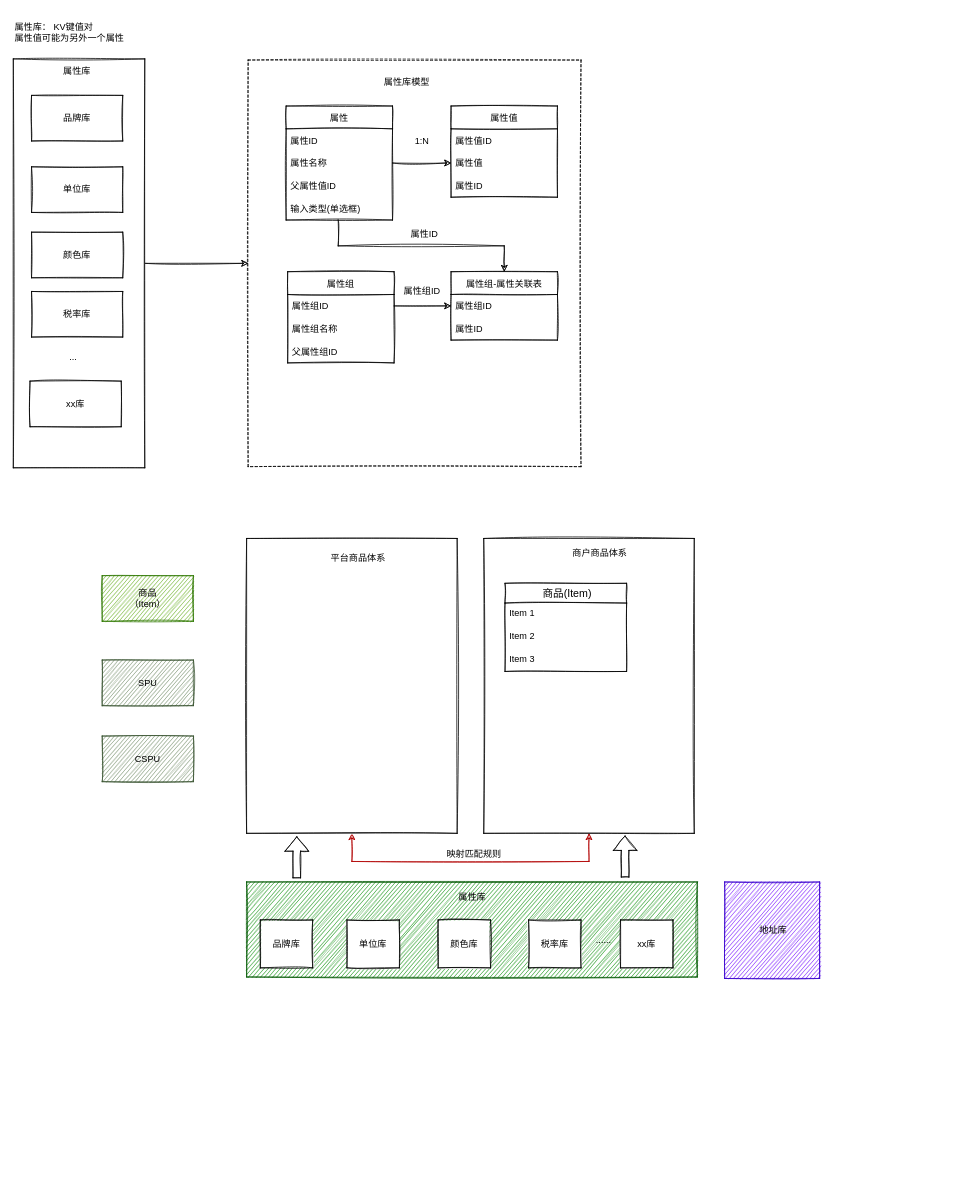
lokiworks/codebase keeps this draw.io diagram as page "商品系统" (6 of 7) of docs/租赁平台.drawio. Above is the earlier version. Source tidied: cells renumbered, new cells numbered last; positions are measured from the earlier drawing's top-left corner, leaving out a move shared by most shapes. Both pictures are drawn from the tidied source at 76%, with x=0, y=0 at pixel (13, 13).
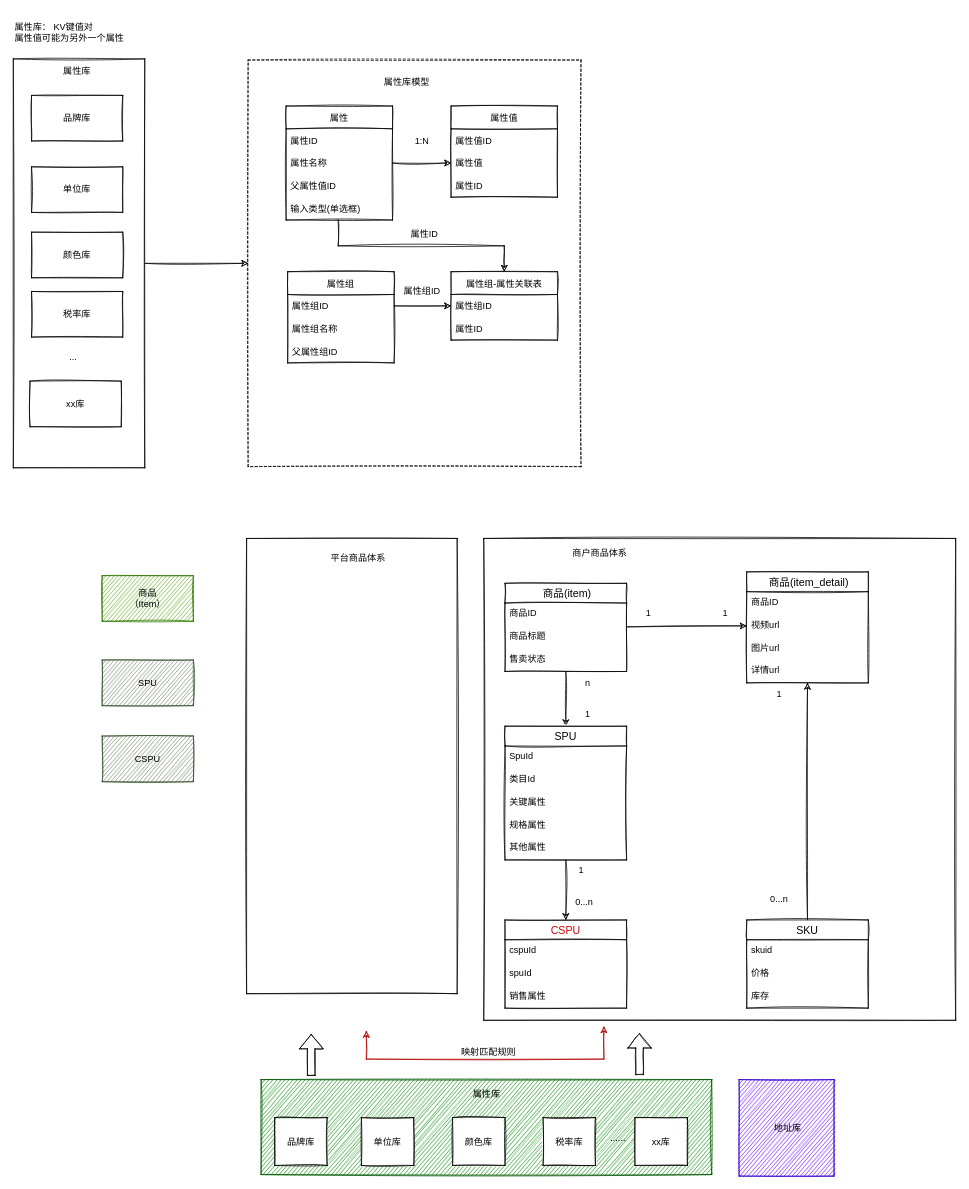
Above is the later version.

Diff of the diagram source:
```diff
@@
-    <mxCell id="40" style="edgeStyle=orthogonalEdgeStyle;rounded=0;jettySize=auto;html=1;exitX=0.5;exitY=1;exitDx=0;exitDy=0;entryX=0.5;entryY=1;entryDx=0;entryDy=0;fontColor=#000000;startArrow=classic;startFill=1;sketch=1;fillColor=#e51400;strokeColor=#B20000;" parent="1" edge="1" source="41" target="43">
+    <mxCell id="40" style="edgeStyle=orthogonalEdgeStyle;rounded=0;orthogonalLoop=1;jettySize=auto;html=1;exitX=0.5;exitY=1;exitDx=0;exitDy=0;fontColor=#000000;startArrow=classic;startFill=1;sketch=1;fillColor=#e51400;strokeColor=#B20000;entryX=0.314;entryY=1;entryDx=0;entryDy=0;entryPerimeter=0;" parent="1" edge="1">
       <mxGeometry relative="1" as="geometry">
+        <mxPoint x="464.5" y="1339" as="sourcePoint" />
+        <mxPoint x="777.1" y="1333" as="targetPoint" />
         <Array as="points">
-          <mxPoint x="446" y="1116" />
-          <mxPoint x="758" y="1116" />
+          <mxPoint x="464" y="1376" />
+          <mxPoint x="777" y="1376" />
         </Array>
       </mxGeometry>
     </mxCell>
     <mxCell id="41" style="rounded=0;whiteSpace=wrap;html=1;sketch=1;fontColor=#000000;" parent="1" vertex="1">
-      <mxGeometry x="307" y="691" width="277" height="388" as="geometry" />
+      <mxGeometry x="307" y="691" width="277" height="599" as="geometry" />
     </mxCell>
@@
     <mxCell id="43" style="rounded=0;whiteSpace=wrap;html=1;sketch=1;fontColor=#000000;" parent="1" vertex="1">
-      <mxGeometry x="619" y="691" width="277" height="388" as="geometry" />
+      <mxGeometry x="619" y="691" width="621" height="634" as="geometry" />
     </mxCell>
@@
     <mxCell id="45" value="映射匹配规则" style="text;html=1;strokeColor=none;fillColor=none;align=center;verticalAlign=middle;whiteSpace=wrap;rounded=0;sketch=1;fontColor=#000000;" parent="1" vertex="1">
-      <mxGeometry x="563" y="1092" width="87" height="30" as="geometry" />
+      <mxGeometry x="582" y="1352" width="87" height="30" as="geometry" />
     </mxCell>
     <mxCell id="46" style="rounded=0;whiteSpace=wrap;html=1;sketch=1;fontColor=#ffffff;fillColor=#008a00;strokeColor=#005700;" parent="1" vertex="1">
-      <mxGeometry x="307" y="1143" width="593" height="125" as="geometry" />
+      <mxGeometry x="326" y="1403" width="593" height="125" as="geometry" />
     </mxCell>
     <mxCell id="47" value="属性库" style="text;html=1;strokeColor=none;fillColor=none;align=center;verticalAlign=middle;whiteSpace=wrap;rounded=0;sketch=1;fontColor=#000000;" parent="1" vertex="1">
-      <mxGeometry x="573.5" y="1148" width="60" height="30" as="geometry" />
+      <mxGeometry x="592.5" y="1408" width="60" height="30" as="geometry" />
     </mxCell>
     <mxCell id="48" value="品牌库" style="rounded=0;whiteSpace=wrap;html=1;sketch=1;fontColor=#000000;" parent="1" vertex="1">
-      <mxGeometry x="325" y="1193" width="69" height="63" as="geometry" />
+      <mxGeometry x="344" y="1453" width="69" height="63" as="geometry" />
     </mxCell>
     <mxCell id="49" value="单位库" style="rounded=0;whiteSpace=wrap;html=1;sketch=1;fontColor=#000000;" parent="1" vertex="1">
-      <mxGeometry x="439" y="1193" width="69" height="63" as="geometry" />
+      <mxGeometry x="458" y="1453" width="69" height="63" as="geometry" />
     </mxCell>
     <mxCell id="50" value="颜色库" style="rounded=0;whiteSpace=wrap;html=1;sketch=1;fontColor=#000000;" parent="1" vertex="1">
-      <mxGeometry x="559" y="1193" width="69" height="63" as="geometry" />
+      <mxGeometry x="578" y="1453" width="69" height="63" as="geometry" />
     </mxCell>
     <mxCell id="51" value="税率库" style="rounded=0;whiteSpace=wrap;html=1;sketch=1;fontColor=#000000;" parent="1" vertex="1">
-      <mxGeometry x="678" y="1193" width="69" height="63" as="geometry" />
+      <mxGeometry x="697" y="1453" width="69" height="63" as="geometry" />
     </mxCell>
     <mxCell id="52" value="xx库" style="rounded=0;whiteSpace=wrap;html=1;sketch=1;fontColor=#000000;" parent="1" vertex="1">
-      <mxGeometry x="799" y="1193" width="69" height="63" as="geometry" />
+      <mxGeometry x="818" y="1453" width="69" height="63" as="geometry" />
     </mxCell>
     <mxCell id="53" style="shape=flexArrow;endArrow=classic;html=1;rounded=0;sketch=1;fontColor=#000000;" parent="1" edge="1">
       <mxGeometry relative="1" as="geometry">
-        <mxPoint x="373" y="1138" as="sourcePoint" />
-        <mxPoint x="373" y="1083" as="targetPoint" />
+        <mxPoint x="392" y="1398" as="sourcePoint" />
+        <mxPoint x="392" y="1343" as="targetPoint" />
       </mxGeometry>
     </mxCell>
     <mxCell id="54" style="shape=flexArrow;endArrow=classic;html=1;rounded=0;sketch=1;fontColor=#000000;" parent="1" edge="1">
       <mxGeometry relative="1" as="geometry">
-        <mxPoint x="805" y="1137" as="sourcePoint" />
-        <mxPoint x="805" y="1082" as="targetPoint" />
+        <mxPoint x="824" y="1397" as="sourcePoint" />
+        <mxPoint x="824" y="1342" as="targetPoint" />
       </mxGeometry>
     </mxCell>
     <mxCell id="55" value="......" style="text;html=1;strokeColor=none;fillColor=none;align=center;verticalAlign=middle;whiteSpace=wrap;rounded=0;sketch=1;fontColor=#000000;" parent="1" vertex="1">
-      <mxGeometry x="747" y="1205" width="60" height="30" as="geometry" />
+      <mxGeometry x="766" y="1465" width="60" height="30" as="geometry" />
     </mxCell>
     <mxCell id="56" value="&amp;nbsp;地址库" style="rounded=0;whiteSpace=wrap;html=1;sketch=1;fontColor=#000000;fillColor=#6a00ff;strokeColor=#3700CC;" parent="1" vertex="1">
-      <mxGeometry x="936" y="1143" width="125" height="127" as="geometry" />
+      <mxGeometry x="955" y="1403" width="125" height="127" as="geometry" />
     </mxCell>
+    <mxCell id="61" style="rounded=0;jettySize=auto;html=1;entryX=0;entryY=0.5;entryDx=0;entryDy=0;sketch=1;" parent="1" edge="1" source="57" target="65">
+      <mxGeometry relative="1" as="geometry" />
+    </mxCell>
+    <mxCell id="62" style="edgeStyle=none;rounded=0;sketch=1;jettySize=auto;html=1;" parent="1" edge="1" source="57" target="70">
+      <mxGeometry relative="1" as="geometry" />
+    </mxCell>
-    <mxCell id="57" value=" 商品(Item)" style="swimlane;fontStyle=0;horizontal=1;startSize=26;align=center;fontSize=14;sketch=1;fontColor=#000000;swimlaneLine=1;" parent="1" vertex="1">
+    <mxCell id="57" value=" 商品(item)" style="swimlane;fontStyle=0;horizontal=1;startSize=26;align=center;fontSize=14;sketch=1;fontColor=#000000;swimlaneLine=1;" parent="1" vertex="1">
       <mxGeometry x="647" y="750" width="160" height="116" as="geometry" />
     </mxCell>
-    <mxCell id="58" value="Item 1" style="text;strokeColor=none;fillColor=none;spacingLeft=4;spacingRight=4;overflow=hidden;fontSize=12;sketch=1;fontColor=#000000;" parent="57" vertex="1">
+    <mxCell id="58" value="商品ID" style="text;strokeColor=none;fillColor=none;spacingLeft=4;spacingRight=4;overflow=hidden;fontSize=12;sketch=1;fontColor=#000000;" parent="57" vertex="1">
       <mxGeometry y="26" width="160" height="30" as="geometry" />
     </mxCell>
-    <mxCell id="59" value="Item 2" style="text;strokeColor=none;fillColor=none;spacingLeft=4;spacingRight=4;overflow=hidden;fontSize=12;sketch=1;fontColor=#000000;" parent="57" vertex="1">
+    <mxCell id="59" value="商品标题" style="text;strokeColor=none;fillColor=none;spacingLeft=4;spacingRight=4;overflow=hidden;fontSize=12;sketch=1;fontColor=#000000;" parent="57" vertex="1">
       <mxGeometry y="56" width="160" height="30" as="geometry" />
     </mxCell>
-    <mxCell id="60" value="Item 3" style="text;strokeColor=none;fillColor=none;spacingLeft=4;spacingRight=4;overflow=hidden;fontSize=12;sketch=1;fontColor=#000000;" parent="57" vertex="1">
+    <mxCell id="60" value="售卖状态" style="text;strokeColor=none;fillColor=none;spacingLeft=4;spacingRight=4;overflow=hidden;fontSize=12;sketch=1;fontColor=#000000;" parent="57" vertex="1">
       <mxGeometry y="86" width="160" height="30" as="geometry" />
     </mxCell>
+    <mxCell id="63" value=" 商品(item_detail)" style="swimlane;fontStyle=0;horizontal=1;startSize=26;align=center;fontSize=14;sketch=1;fontColor=#000000;swimlaneLine=1;" parent="1" vertex="1">
+      <mxGeometry x="965" y="735" width="160" height="146" as="geometry" />
+    </mxCell>
+    <mxCell id="64" value="商品ID" style="text;strokeColor=none;fillColor=none;spacingLeft=4;spacingRight=4;overflow=hidden;fontSize=12;sketch=1;fontColor=#000000;" parent="63" vertex="1">
+      <mxGeometry y="26" width="160" height="30" as="geometry" />
+    </mxCell>
+    <mxCell id="65" value="视频url" style="text;strokeColor=none;fillColor=none;spacingLeft=4;spacingRight=4;overflow=hidden;points=[[0,0.5],[1,0.5]];portConstraint=eastwest;fontSize=12;sketch=1;fontColor=#000000;" parent="63" vertex="1">
+      <mxGeometry y="56" width="160" height="30" as="geometry" />
+    </mxCell>
+    <mxCell id="66" value="图片url" style="text;strokeColor=none;fillColor=none;spacingLeft=4;spacingRight=4;overflow=hidden;fontSize=12;sketch=1;fontColor=#000000;" parent="63" vertex="1">
+      <mxGeometry y="86" width="160" height="30" as="geometry" />
+    </mxCell>
+    <mxCell id="67" value="详情url" style="text;strokeColor=none;fillColor=none;spacingLeft=4;spacingRight=4;overflow=hidden;points=[[0,0.5],[1,0.5]];portConstraint=eastwest;fontSize=12;sketch=1;fontColor=#000000;" parent="63" vertex="1">
+      <mxGeometry y="116" width="160" height="30" as="geometry" />
+    </mxCell>
+    <mxCell id="68" value="1" style="text;html=1;strokeColor=none;fillColor=none;align=center;verticalAlign=middle;whiteSpace=wrap;rounded=0;" parent="1" vertex="1">
+      <mxGeometry x="818" y="777" width="36" height="23" as="geometry" />
+    </mxCell>
+    <mxCell id="69" style="edgeStyle=none;rounded=0;sketch=1;jettySize=auto;html=1;entryX=0.5;entryY=0;entryDx=0;entryDy=0;fontColor=#CC0000;" parent="1" edge="1" source="70" target="78">
+      <mxGeometry relative="1" as="geometry" />
+    </mxCell>
+    <mxCell id="70" value="SPU" style="swimlane;fontStyle=0;horizontal=1;startSize=26;align=center;fontSize=14;sketch=1;fontColor=#000000;swimlaneLine=1;" parent="1" vertex="1">
+      <mxGeometry x="647" y="938" width="160" height="176" as="geometry" />
+    </mxCell>
+    <mxCell id="71" value="SpuId" style="text;strokeColor=none;fillColor=none;spacingLeft=4;spacingRight=4;overflow=hidden;fontSize=12;sketch=1;fontColor=#000000;" parent="70" vertex="1">
+      <mxGeometry y="26" width="160" height="30" as="geometry" />
+    </mxCell>
+    <mxCell id="72" value="类目Id" style="text;strokeColor=none;fillColor=none;spacingLeft=4;spacingRight=4;overflow=hidden;fontSize=12;sketch=1;fontColor=#000000;" parent="70" vertex="1">
+      <mxGeometry y="56" width="160" height="30" as="geometry" />
+    </mxCell>
+    <mxCell id="73" value="关键属性" style="text;strokeColor=none;fillColor=none;spacingLeft=4;spacingRight=4;overflow=hidden;fontSize=12;sketch=1;fontColor=#000000;" parent="70" vertex="1">
+      <mxGeometry y="86" width="160" height="30" as="geometry" />
+    </mxCell>
+    <mxCell id="74" value="规格属性" style="text;strokeColor=none;fillColor=none;spacingLeft=4;spacingRight=4;overflow=hidden;fontSize=12;sketch=1;fontColor=#000000;" parent="70" vertex="1">
+      <mxGeometry y="116" width="160" height="30" as="geometry" />
+    </mxCell>
+    <mxCell id="75" value="其他属性" style="text;strokeColor=none;fillColor=none;spacingLeft=4;spacingRight=4;overflow=hidden;fontSize=12;sketch=1;fontColor=#000000;" parent="70" vertex="1">
+      <mxGeometry y="146" width="160" height="30" as="geometry" />
+    </mxCell>
+    <mxCell id="76" value="n" style="text;html=1;strokeColor=none;fillColor=none;align=center;verticalAlign=middle;whiteSpace=wrap;rounded=0;" parent="1" vertex="1">
+      <mxGeometry x="726" y="866" width="60" height="30" as="geometry" />
+    </mxCell>
+    <mxCell id="77" value="1" style="text;html=1;strokeColor=none;fillColor=none;align=center;verticalAlign=middle;whiteSpace=wrap;rounded=0;" parent="1" vertex="1">
+      <mxGeometry x="726" y="908" width="60" height="30" as="geometry" />
+    </mxCell>
+    <mxCell id="78" value="CSPU" style="swimlane;fontStyle=0;horizontal=1;startSize=26;align=center;fontSize=14;sketch=1;fontColor=#CC0000;swimlaneLine=1;" parent="1" vertex="1">
+      <mxGeometry x="647" y="1193" width="160" height="116" as="geometry" />
+    </mxCell>
+    <mxCell id="79" value="cspuId" style="text;strokeColor=none;fillColor=none;spacingLeft=4;spacingRight=4;overflow=hidden;fontSize=12;sketch=1;fontColor=#000000;" parent="78" vertex="1">
+      <mxGeometry y="26" width="160" height="30" as="geometry" />
+    </mxCell>
+    <mxCell id="80" value="spuId" style="text;strokeColor=none;fillColor=none;spacingLeft=4;spacingRight=4;overflow=hidden;fontSize=12;sketch=1;fontColor=#000000;" parent="78" vertex="1">
+      <mxGeometry y="56" width="160" height="30" as="geometry" />
+    </mxCell>
+    <mxCell id="81" value="销售属性" style="text;strokeColor=none;fillColor=none;spacingLeft=4;spacingRight=4;overflow=hidden;fontSize=12;sketch=1;fontColor=#000000;" parent="78" vertex="1">
+      <mxGeometry y="86" width="160" height="30" as="geometry" />
+    </mxCell>
+    <mxCell id="82" value="1" style="text;html=1;strokeColor=none;fillColor=none;align=center;verticalAlign=middle;whiteSpace=wrap;rounded=0;" parent="1" vertex="1">
+      <mxGeometry x="919" y="777" width="36" height="23" as="geometry" />
+    </mxCell>
+    <mxCell id="83" value="1" style="text;html=1;strokeColor=none;fillColor=none;align=center;verticalAlign=middle;whiteSpace=wrap;rounded=0;fontColor=#000000;" parent="1" vertex="1">
+      <mxGeometry x="733" y="1117" width="29" height="22" as="geometry" />
+    </mxCell>
+    <mxCell id="84" value="0...n" style="text;html=1;strokeColor=none;fillColor=none;align=center;verticalAlign=middle;whiteSpace=wrap;rounded=0;fontColor=#000000;" parent="1" vertex="1">
+      <mxGeometry x="737" y="1159" width="29" height="22" as="geometry" />
+    </mxCell>
+    <mxCell id="85" style="edgeStyle=none;rounded=0;sketch=1;jettySize=auto;html=1;fontColor=#000000;" parent="1" edge="1" source="86" target="67">
+      <mxGeometry relative="1" as="geometry" />
+    </mxCell>
+    <mxCell id="86" value="SKU" style="swimlane;fontStyle=0;horizontal=1;startSize=26;align=center;fontSize=14;sketch=1;fontColor=#000000;swimlaneLine=1;" parent="1" vertex="1">
+      <mxGeometry x="965" y="1193" width="160" height="116" as="geometry" />
+    </mxCell>
+    <mxCell id="87" value="skuid" style="text;strokeColor=none;fillColor=none;spacingLeft=4;spacingRight=4;overflow=hidden;fontSize=12;sketch=1;fontColor=#000000;" parent="86" vertex="1">
+      <mxGeometry y="26" width="160" height="30" as="geometry" />
+    </mxCell>
+    <mxCell id="88" value="价格" style="text;strokeColor=none;fillColor=none;spacingLeft=4;spacingRight=4;overflow=hidden;fontSize=12;sketch=1;fontColor=#000000;" parent="86" vertex="1">
+      <mxGeometry y="56" width="160" height="30" as="geometry" />
+    </mxCell>
+    <mxCell id="89" value="库存" style="text;strokeColor=none;fillColor=none;spacingLeft=4;spacingRight=4;overflow=hidden;fontSize=12;sketch=1;fontColor=#000000;" parent="86" vertex="1">
+      <mxGeometry y="86" width="160" height="30" as="geometry" />
+    </mxCell>
+    <mxCell id="90" value="1" style="text;html=1;strokeColor=none;fillColor=none;align=center;verticalAlign=middle;whiteSpace=wrap;rounded=0;" parent="1" vertex="1">
+      <mxGeometry x="978" y="881" width="60" height="30" as="geometry" />
+    </mxCell>
+    <mxCell id="91" value="0...n" style="text;html=1;strokeColor=none;fillColor=none;align=center;verticalAlign=middle;whiteSpace=wrap;rounded=0;" parent="1" vertex="1">
+      <mxGeometry x="978" y="1151" width="60" height="30" as="geometry" />
+    </mxCell>
```
